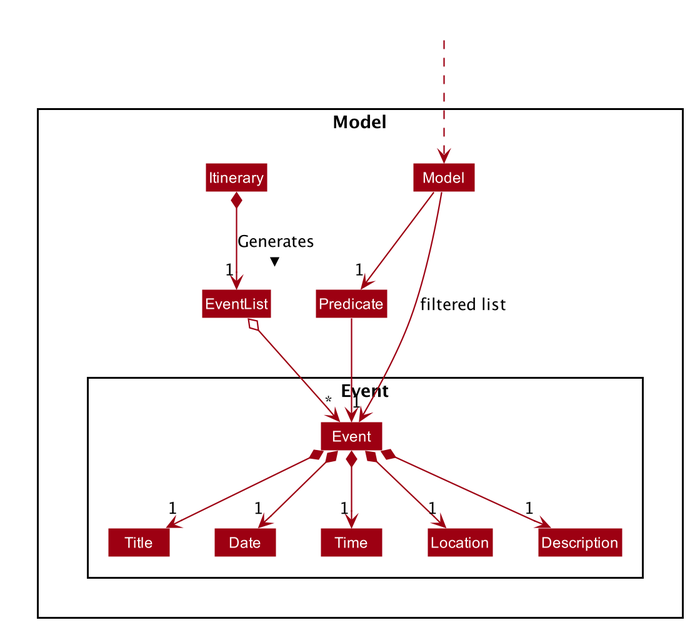
This is images/ItineraryModelDiagram.png from AY1920S1-CS2103T-T17-2/main, a PlantUML export, as it was before one commit.
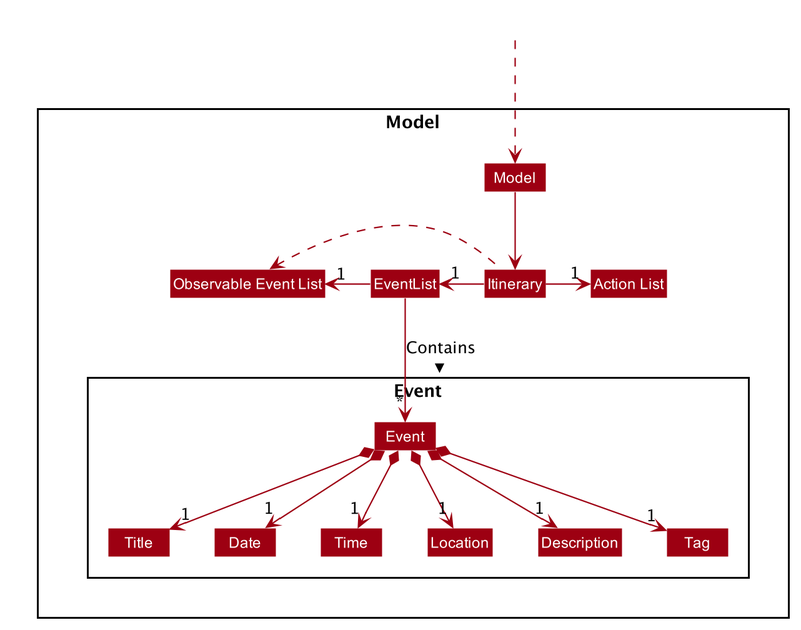
Later version of the same file.

The edit, as a diff of the source:
```diff
@@ -56,8 +56,9 @@
 
 Package Model <<Rectangle>>{
 Class Model
-Class Predicate
 Class EventList
+Class "Observable Event List" as OEL
+Class "Action List" as AL
 
 Package Event {
 Class Event
@@ -66,18 +67,22 @@
 Class Time
 Class Location
 Class Description
+Class Tag
 }
 
-Model --> "1" Event : filtered list
-Model --> "1" Predicate
-Predicate --> Event
+Model -down-> Itinerary
 
-Itinerary *--> "1" EventList : Generates >
-EventList o--> "*" Event
+Itinerary .left-> OEL
+Itinerary ->"1" AL
+
+Itinerary -left-> "1" EventList
+EventList -left->"1" OEL
+EventList --> "*" Event :> Contains
 Event *-->"1" Title
 Event *-->"1" Date
 Event *-->"1" Time
 Event *-->"1" Location
 Event *-->"1" Description
+Event *-->"1" Tag
 
 @enduml
```
